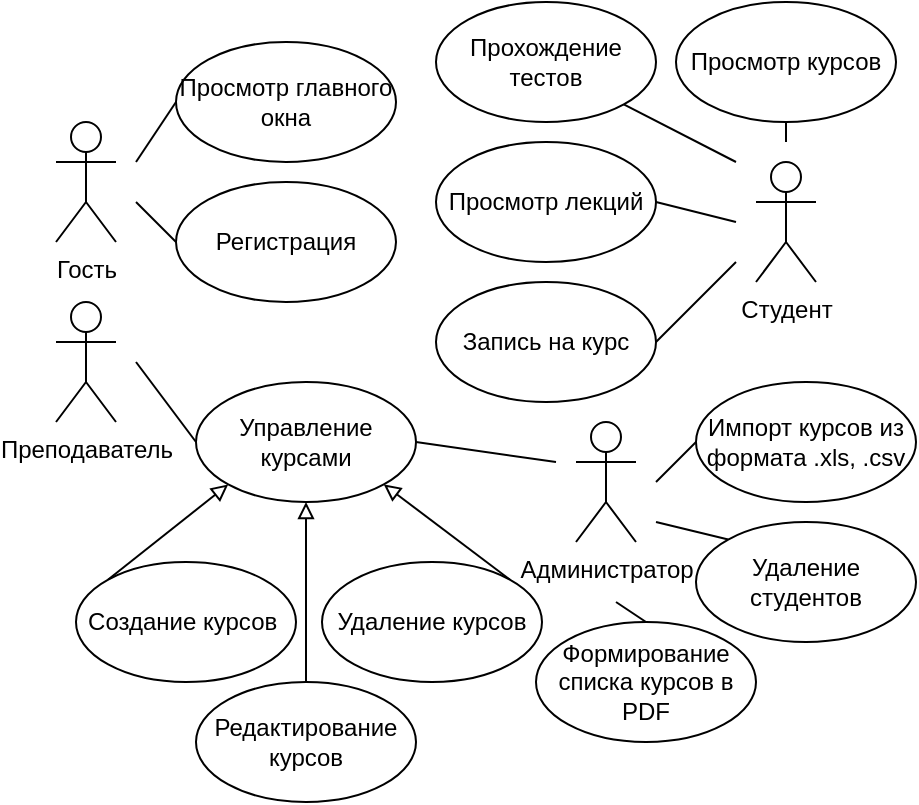
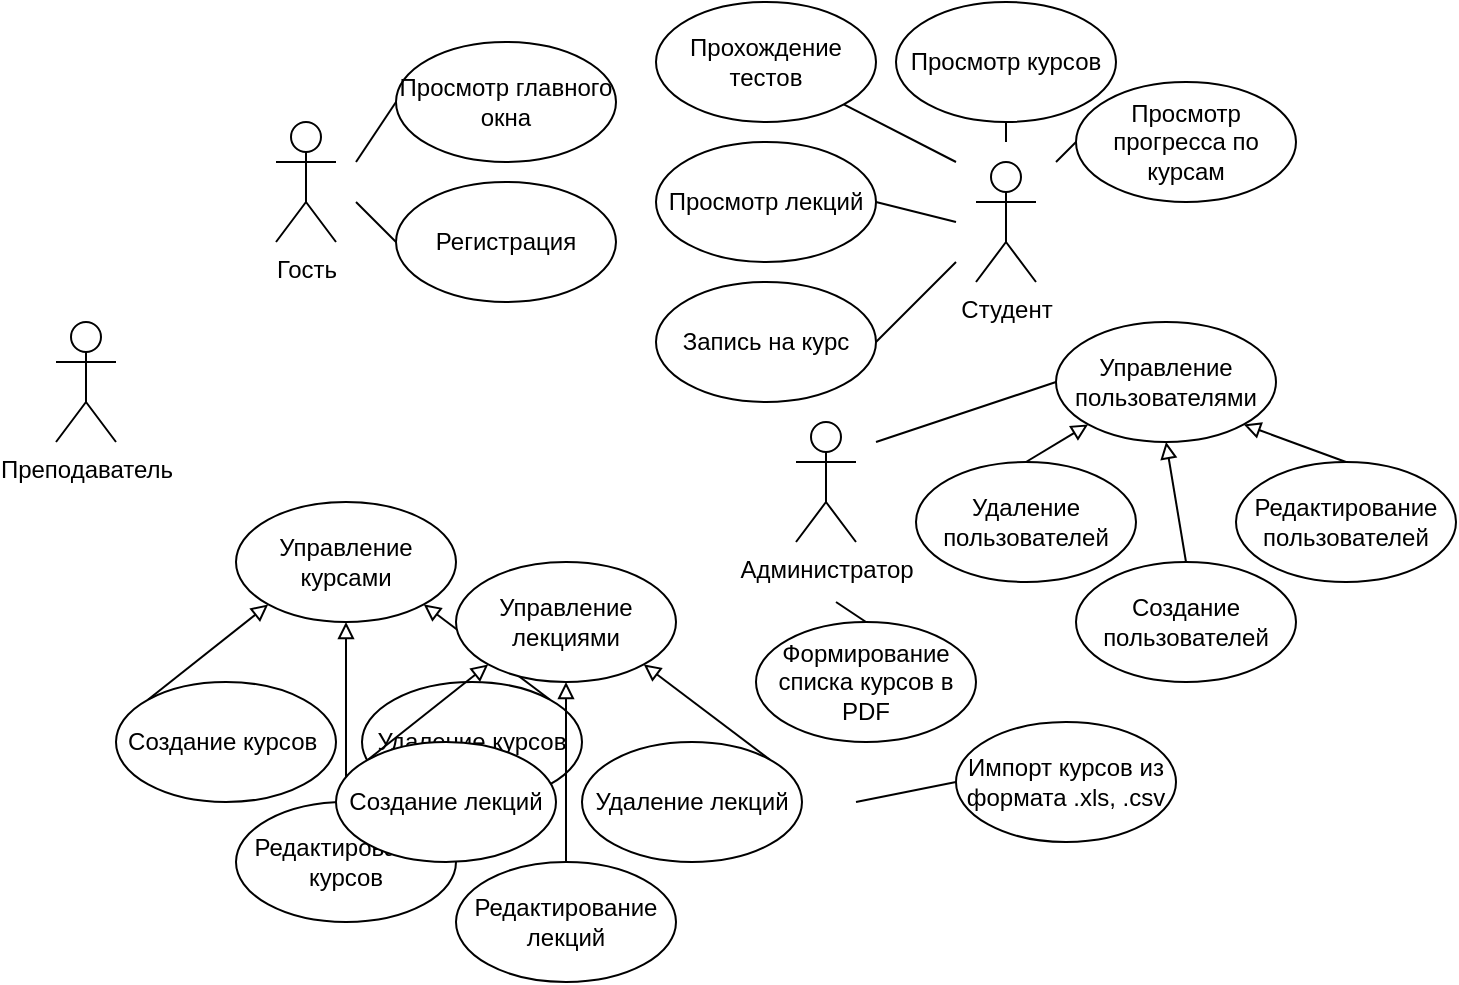
- <mxfile host="app.diagrams.net" agent="Mozilla/5.0 (Windows NT 10.0; Win64; x64) AppleWebKit/537.36 (KHTML, like Gecko) Chrome/142.0.0.0 Safari/537.36" version="29.2.3">
+ <mxfile host="app.diagrams.net" agent="Mozilla/5.0 (Windows NT 10.0; Win64; x64) AppleWebKit/537.36 (KHTML, like Gecko) Chrome/142.0.0.0 Safari/537.36">
  <diagram name="Страница-1" id="CoUU-UHpJt_7Crk8cFQQ">
-     <mxGraphModel dx="883" dy="388" grid="1" gridSize="10" guides="1" tooltips="1" connect="1" arrows="1" fold="1" page="1" pageScale="1" pageWidth="827" pageHeight="1169" math="0" shadow="0">
+     <mxGraphModel dx="1212" dy="661" grid="1" gridSize="10" guides="1" tooltips="1" connect="1" arrows="1" fold="1" page="1" pageScale="1" pageWidth="827" pageHeight="1169" math="0" shadow="0">
      <root>
        <mxCell id="0" />
        <mxCell id="1" parent="0" />
        <mxCell id="x_EgysH9LbsxhAt4f5Ry-1" parent="1" style="shape=umlActor;verticalLabelPosition=bottom;verticalAlign=top;html=1;outlineConnect=0;" value="Гость" vertex="1">
          <mxGeometry height="60" width="30" x="170" y="70" as="geometry" />
        </mxCell>
        <mxCell id="x_EgysH9LbsxhAt4f5Ry-2" parent="1" style="shape=umlActor;verticalLabelPosition=bottom;verticalAlign=top;html=1;outlineConnect=0;" value="Преподаватель" vertex="1">
-           <mxGeometry height="60" width="30" x="170" y="160" as="geometry" />
+           <mxGeometry height="60" width="30" x="60" y="170" as="geometry" />
        </mxCell>
        <mxCell id="x_EgysH9LbsxhAt4f5Ry-3" parent="1" style="shape=umlActor;verticalLabelPosition=bottom;verticalAlign=top;html=1;outlineConnect=0;" value="Администратор" vertex="1">
          <mxGeometry height="60" width="30" x="430" y="220" as="geometry" />
        </mxCell>
        <mxCell id="x_EgysH9LbsxhAt4f5Ry-4" parent="1" style="shape=umlActor;verticalLabelPosition=bottom;verticalAlign=top;html=1;outlineConnect=0;" value="Студент" vertex="1">
          <mxGeometry height="60" width="30" x="520" y="90" as="geometry" />
        </mxCell>
        <mxCell id="PInGNvTVJLxzV2qLPV_t-2" parent="1" style="ellipse;whiteSpace=wrap;html=1;" value="Регистрация" vertex="1">
          <mxGeometry height="60" width="110" x="230" y="100" as="geometry" />
        </mxCell>
        <mxCell id="PInGNvTVJLxzV2qLPV_t-3" parent="1" style="ellipse;whiteSpace=wrap;html=1;" value="Запись на курс" vertex="1">
          <mxGeometry height="60" width="110" x="360" y="150" as="geometry" />
        </mxCell>
        <mxCell id="PInGNvTVJLxzV2qLPV_t-4" parent="1" style="ellipse;whiteSpace=wrap;html=1;" value="Просмотр курсов" vertex="1">
          <mxGeometry height="60" width="110" x="480" y="10" as="geometry" />
        </mxCell>
        <mxCell id="PInGNvTVJLxzV2qLPV_t-5" parent="1" style="ellipse;whiteSpace=wrap;html=1;" value="Формирование списка курсов в PDF" vertex="1">
          <mxGeometry height="60" width="110" x="410" y="320" as="geometry" />
        </mxCell>
        <mxCell id="PInGNvTVJLxzV2qLPV_t-6" parent="1" style="ellipse;whiteSpace=wrap;html=1;" value="Управление курсами" vertex="1">
-           <mxGeometry height="60" width="110" x="240" y="200" as="geometry" />
+           <mxGeometry height="60" width="110" x="150" y="260" as="geometry" />
        </mxCell>
        <mxCell id="PInGNvTVJLxzV2qLPV_t-7" parent="1" style="ellipse;whiteSpace=wrap;html=1;" value="Удаление курсов" vertex="1">
-           <mxGeometry height="60" width="110" x="303" y="290" as="geometry" />
+           <mxGeometry height="60" width="110" x="213" y="350" as="geometry" />
        </mxCell>
        <mxCell id="PInGNvTVJLxzV2qLPV_t-8" parent="1" style="ellipse;whiteSpace=wrap;html=1;" value="Создание курсов&amp;nbsp;" vertex="1">
-           <mxGeometry height="60" width="110" x="180" y="290" as="geometry" />
+           <mxGeometry height="60" width="110" x="90" y="350" as="geometry" />
        </mxCell>
        <mxCell id="PInGNvTVJLxzV2qLPV_t-9" parent="1" style="ellipse;whiteSpace=wrap;html=1;" value="Импорт курсов из формата .xls, .csv" vertex="1">
-           <mxGeometry height="60" width="110" x="490" y="200" as="geometry" />
+           <mxGeometry height="60" width="110" x="510" y="370" as="geometry" />
        </mxCell>
-         <mxCell id="PInGNvTVJLxzV2qLPV_t-10" parent="1" style="ellipse;whiteSpace=wrap;html=1;" value="Удаление студентов" vertex="1">
-           <mxGeometry height="60" width="110" x="490" y="270" as="geometry" />
+         <mxCell id="PInGNvTVJLxzV2qLPV_t-10" parent="1" style="ellipse;whiteSpace=wrap;html=1;" value="Удаление пользователей" vertex="1">
+           <mxGeometry height="60" width="110" x="490" y="240" as="geometry" />
        </mxCell>
        <mxCell id="PInGNvTVJLxzV2qLPV_t-11" parent="1" style="ellipse;whiteSpace=wrap;html=1;" value="Просмотр лекций" vertex="1">
          <mxGeometry height="60" width="110" x="360" y="80" as="geometry" />
        </mxCell>
        <mxCell id="PInGNvTVJLxzV2qLPV_t-12" parent="1" style="ellipse;whiteSpace=wrap;html=1;" value="Прохождение тестов" vertex="1">
          <mxGeometry height="60" width="110" x="360" y="10" as="geometry" />
        </mxCell>
        <mxCell id="PInGNvTVJLxzV2qLPV_t-14" parent="1" style="ellipse;whiteSpace=wrap;html=1;" value="Просмотр главного окна" vertex="1">
          <mxGeometry height="60" width="110" x="230" y="30" as="geometry" />
        </mxCell>
        <mxCell id="PInGNvTVJLxzV2qLPV_t-15" edge="1" parent="1" style="endArrow=none;html=1;rounded=0;entryX=0;entryY=0.5;entryDx=0;entryDy=0;" target="PInGNvTVJLxzV2qLPV_t-14" value="">
          <mxGeometry height="50" relative="1" width="50" as="geometry">
            <mxPoint x="210" y="90" as="sourcePoint" />
            <mxPoint x="410" y="210" as="targetPoint" />
          </mxGeometry>
        </mxCell>
        <mxCell id="PInGNvTVJLxzV2qLPV_t-16" edge="1" parent="1" style="endArrow=none;html=1;rounded=0;entryX=0;entryY=0.5;entryDx=0;entryDy=0;" target="PInGNvTVJLxzV2qLPV_t-2" value="">
          <mxGeometry height="50" relative="1" width="50" as="geometry">
            <mxPoint x="210" y="110" as="sourcePoint" />
            <mxPoint x="410" y="210" as="targetPoint" />
          </mxGeometry>
        </mxCell>
        <mxCell id="PInGNvTVJLxzV2qLPV_t-23" edge="1" parent="1" source="PInGNvTVJLxzV2qLPV_t-5" style="endArrow=none;html=1;rounded=0;exitX=0.5;exitY=0;exitDx=0;exitDy=0;" value="">
          <mxGeometry height="50" relative="1" width="50" as="geometry">
            <mxPoint x="360" y="260" as="sourcePoint" />
            <mxPoint x="450" y="310" as="targetPoint" />
          </mxGeometry>
        </mxCell>
-         <mxCell id="PInGNvTVJLxzV2qLPV_t-24" edge="1" parent="1" source="PInGNvTVJLxzV2qLPV_t-10" style="endArrow=none;html=1;rounded=0;exitX=0;exitY=0;exitDx=0;exitDy=0;" value="">
-           <mxGeometry height="50" relative="1" width="50" as="geometry">
-             <mxPoint x="360" y="260" as="sourcePoint" />
-             <mxPoint x="470" y="270" as="targetPoint" />
-           </mxGeometry>
-         </mxCell>
        <mxCell id="PInGNvTVJLxzV2qLPV_t-25" edge="1" parent="1" style="endArrow=none;html=1;rounded=0;entryX=0;entryY=0.5;entryDx=0;entryDy=0;" target="PInGNvTVJLxzV2qLPV_t-9" value="">
          <mxGeometry height="50" relative="1" width="50" as="geometry">
-             <mxPoint x="470" y="250" as="sourcePoint" />
+             <mxPoint x="460" y="410" as="sourcePoint" />
            <mxPoint x="410" y="210" as="targetPoint" />
          </mxGeometry>
        </mxCell>
        <mxCell id="PInGNvTVJLxzV2qLPV_t-26" edge="1" parent="1" style="endArrow=none;html=1;rounded=0;entryX=1;entryY=0.5;entryDx=0;entryDy=0;" target="PInGNvTVJLxzV2qLPV_t-3" value="">
          <mxGeometry height="50" relative="1" width="50" as="geometry">
            <mxPoint x="510" y="140" as="sourcePoint" />
            <mxPoint x="390" y="240" as="targetPoint" />
          </mxGeometry>
        </mxCell>
        <mxCell id="PInGNvTVJLxzV2qLPV_t-27" edge="1" parent="1" style="endArrow=none;html=1;rounded=0;entryX=1;entryY=0.5;entryDx=0;entryDy=0;" target="PInGNvTVJLxzV2qLPV_t-11" value="">
          <mxGeometry height="50" relative="1" width="50" as="geometry">
            <mxPoint x="510" y="120" as="sourcePoint" />
            <mxPoint x="410" y="210" as="targetPoint" />
          </mxGeometry>
        </mxCell>
        <mxCell id="PInGNvTVJLxzV2qLPV_t-28" edge="1" parent="1" style="endArrow=none;html=1;rounded=0;entryX=1;entryY=1;entryDx=0;entryDy=0;" target="PInGNvTVJLxzV2qLPV_t-12" value="">
          <mxGeometry height="50" relative="1" width="50" as="geometry">
            <mxPoint x="510" y="90" as="sourcePoint" />
            <mxPoint x="410" y="210" as="targetPoint" />
          </mxGeometry>
        </mxCell>
        <mxCell id="PInGNvTVJLxzV2qLPV_t-29" edge="1" parent="1" style="endArrow=none;html=1;rounded=0;entryX=0.5;entryY=1;entryDx=0;entryDy=0;" target="PInGNvTVJLxzV2qLPV_t-4" value="">
          <mxGeometry height="50" relative="1" width="50" as="geometry">
            <mxPoint x="535" y="80" as="sourcePoint" />
            <mxPoint x="410" y="210" as="targetPoint" />
          </mxGeometry>
        </mxCell>
-         <mxCell id="PInGNvTVJLxzV2qLPV_t-30" edge="1" parent="1" style="endArrow=none;html=1;rounded=0;entryX=0;entryY=0.5;entryDx=0;entryDy=0;" target="PInGNvTVJLxzV2qLPV_t-6" value="">
-           <mxGeometry height="50" relative="1" width="50" as="geometry">
-             <mxPoint x="210" y="190" as="sourcePoint" />
-             <mxPoint x="450" y="190" as="targetPoint" />
-           </mxGeometry>
-         </mxCell>
-         <mxCell id="PInGNvTVJLxzV2qLPV_t-31" edge="1" parent="1" source="PInGNvTVJLxzV2qLPV_t-6" style="endArrow=none;html=1;rounded=0;exitX=1;exitY=0.5;exitDx=0;exitDy=0;" value="">
-           <mxGeometry height="50" relative="1" width="50" as="geometry">
-             <mxPoint x="400" y="240" as="sourcePoint" />
-             <mxPoint x="420" y="240" as="targetPoint" />
-           </mxGeometry>
-         </mxCell>
        <mxCell id="PInGNvTVJLxzV2qLPV_t-32" edge="1" parent="1" source="PInGNvTVJLxzV2qLPV_t-7" style="endArrow=block;html=1;rounded=0;endFill=0;exitX=1;exitY=0;exitDx=0;exitDy=0;entryX=1;entryY=1;entryDx=0;entryDy=0;" target="PInGNvTVJLxzV2qLPV_t-6" value="">
          <mxGeometry height="50" relative="1" width="50" as="geometry">
-             <mxPoint x="400" y="240" as="sourcePoint" />
-             <mxPoint x="380" y="270" as="targetPoint" />
+             <mxPoint x="310" y="300" as="sourcePoint" />
+             <mxPoint x="290" y="330" as="targetPoint" />
          </mxGeometry>
        </mxCell>
        <mxCell id="PInGNvTVJLxzV2qLPV_t-33" edge="1" parent="1" source="PInGNvTVJLxzV2qLPV_t-8" style="endArrow=block;html=1;rounded=0;endFill=0;exitX=0;exitY=0;exitDx=0;exitDy=0;entryX=0;entryY=1;entryDx=0;entryDy=0;" target="PInGNvTVJLxzV2qLPV_t-6" value="">
          <mxGeometry height="50" relative="1" width="50" as="geometry">
-             <mxPoint x="390" y="260" as="sourcePoint" />
-             <mxPoint x="180" y="270" as="targetPoint" />
+             <mxPoint x="300" y="320" as="sourcePoint" />
+             <mxPoint x="90" y="330" as="targetPoint" />
          </mxGeometry>
        </mxCell>
        <mxCell id="PInGNvTVJLxzV2qLPV_t-34" parent="1" style="ellipse;whiteSpace=wrap;html=1;" value="Редактирование курсов" vertex="1">
-           <mxGeometry height="60" width="110" x="240" y="350" as="geometry" />
+           <mxGeometry height="60" width="110" x="150" y="410" as="geometry" />
        </mxCell>
        <mxCell id="PInGNvTVJLxzV2qLPV_t-35" edge="1" parent="1" source="PInGNvTVJLxzV2qLPV_t-34" style="endArrow=block;html=1;rounded=0;endFill=0;exitX=0.5;exitY=0;exitDx=0;exitDy=0;entryX=0.5;entryY=1;entryDx=0;entryDy=0;" target="PInGNvTVJLxzV2qLPV_t-6" value="">
          <mxGeometry height="50" relative="1" width="50" as="geometry">
-             <mxPoint x="240" y="298" as="sourcePoint" />
-             <mxPoint x="300" y="250" as="targetPoint" />
+             <mxPoint x="150" y="358" as="sourcePoint" />
+             <mxPoint x="210" y="310" as="targetPoint" />
+           </mxGeometry>
+         </mxCell>
+         <mxCell id="poys0XGectUdJx0-0WXi-1" parent="1" style="ellipse;whiteSpace=wrap;html=1;" value="Просмотр прогресса по курсам" vertex="1">
+           <mxGeometry height="60" width="110" x="570" y="50" as="geometry" />
+         </mxCell>
+         <mxCell id="poys0XGectUdJx0-0WXi-2" edge="1" parent="1" style="endArrow=none;html=1;rounded=0;entryX=0;entryY=0.5;entryDx=0;entryDy=0;" target="poys0XGectUdJx0-0WXi-1" value="">
+           <mxGeometry height="50" relative="1" width="50" as="geometry">
+             <mxPoint x="560" y="90" as="sourcePoint" />
+             <mxPoint x="480" as="targetPoint" />
+           </mxGeometry>
+         </mxCell>
+         <mxCell id="poys0XGectUdJx0-0WXi-3" parent="1" style="ellipse;whiteSpace=wrap;html=1;" value="Управление пользователями" vertex="1">
+           <mxGeometry height="60" width="110" x="560" y="170" as="geometry" />
+         </mxCell>
+         <mxCell id="poys0XGectUdJx0-0WXi-4" parent="1" style="ellipse;whiteSpace=wrap;html=1;" value="Создание пользователей" vertex="1">
+           <mxGeometry height="60" width="110" x="570" y="290" as="geometry" />
+         </mxCell>
+         <mxCell id="poys0XGectUdJx0-0WXi-5" parent="1" style="ellipse;whiteSpace=wrap;html=1;" value="Редактирование&lt;div&gt;пользователей&lt;/div&gt;" vertex="1">
+           <mxGeometry height="60" width="110" x="650" y="240" as="geometry" />
+         </mxCell>
+         <mxCell id="poys0XGectUdJx0-0WXi-6" edge="1" parent="1" style="endArrow=none;html=1;rounded=0;entryX=0;entryY=0.5;entryDx=0;entryDy=0;" target="poys0XGectUdJx0-0WXi-3" value="">
+           <mxGeometry height="50" relative="1" width="50" as="geometry">
+             <mxPoint x="470" y="230" as="sourcePoint" />
+             <mxPoint x="530" y="400" as="targetPoint" />
+           </mxGeometry>
+         </mxCell>
+         <mxCell id="poys0XGectUdJx0-0WXi-7" edge="1" parent="1" source="PInGNvTVJLxzV2qLPV_t-10" style="endArrow=block;html=1;rounded=0;endFill=0;exitX=0.5;exitY=0;exitDx=0;exitDy=0;entryX=0;entryY=1;entryDx=0;entryDy=0;" target="poys0XGectUdJx0-0WXi-3" value="">
+           <mxGeometry height="50" relative="1" width="50" as="geometry">
+             <mxPoint x="413" y="318" as="sourcePoint" />
+             <mxPoint x="350" y="270" as="targetPoint" />
+           </mxGeometry>
+         </mxCell>
+         <mxCell id="poys0XGectUdJx0-0WXi-8" edge="1" parent="1" source="poys0XGectUdJx0-0WXi-5" style="endArrow=block;html=1;rounded=0;endFill=0;exitX=0.5;exitY=0;exitDx=0;exitDy=0;entryX=1;entryY=1;entryDx=0;entryDy=0;" target="poys0XGectUdJx0-0WXi-3" value="">
+           <mxGeometry height="50" relative="1" width="50" as="geometry">
+             <mxPoint x="623" y="318" as="sourcePoint" />
+             <mxPoint x="560" y="270" as="targetPoint" />
+           </mxGeometry>
+         </mxCell>
+         <mxCell id="poys0XGectUdJx0-0WXi-9" edge="1" parent="1" source="poys0XGectUdJx0-0WXi-4" style="endArrow=block;html=1;rounded=0;endFill=0;exitX=0.5;exitY=0;exitDx=0;exitDy=0;entryX=0.5;entryY=1;entryDx=0;entryDy=0;" target="poys0XGectUdJx0-0WXi-3" value="">
+           <mxGeometry height="50" relative="1" width="50" as="geometry">
+             <mxPoint x="633" y="348" as="sourcePoint" />
+             <mxPoint x="570" y="300" as="targetPoint" />
+           </mxGeometry>
+         </mxCell>
+         <mxCell id="poys0XGectUdJx0-0WXi-10" parent="1" style="ellipse;whiteSpace=wrap;html=1;" value="Управление лекциями" vertex="1">
+           <mxGeometry height="60" width="110" x="260" y="290" as="geometry" />
+         </mxCell>
+         <mxCell id="poys0XGectUdJx0-0WXi-11" parent="1" style="ellipse;whiteSpace=wrap;html=1;" value="Удаление лекций" vertex="1">
+           <mxGeometry height="60" width="110" x="323" y="380" as="geometry" />
+         </mxCell>
+         <mxCell id="poys0XGectUdJx0-0WXi-12" parent="1" style="ellipse;whiteSpace=wrap;html=1;" value="Создание лекций" vertex="1">
+           <mxGeometry height="60" width="110" x="200" y="380" as="geometry" />
+         </mxCell>
+         <mxCell id="poys0XGectUdJx0-0WXi-13" edge="1" parent="1" source="poys0XGectUdJx0-0WXi-11" style="endArrow=block;html=1;rounded=0;endFill=0;exitX=1;exitY=0;exitDx=0;exitDy=0;entryX=1;entryY=1;entryDx=0;entryDy=0;" target="poys0XGectUdJx0-0WXi-10" value="">
+           <mxGeometry height="50" relative="1" width="50" as="geometry">
+             <mxPoint x="420" y="330" as="sourcePoint" />
+             <mxPoint x="400" y="360" as="targetPoint" />
+           </mxGeometry>
+         </mxCell>
+         <mxCell id="poys0XGectUdJx0-0WXi-14" edge="1" parent="1" source="poys0XGectUdJx0-0WXi-12" style="endArrow=block;html=1;rounded=0;endFill=0;exitX=0;exitY=0;exitDx=0;exitDy=0;entryX=0;entryY=1;entryDx=0;entryDy=0;" target="poys0XGectUdJx0-0WXi-10" value="">
+           <mxGeometry height="50" relative="1" width="50" as="geometry">
+             <mxPoint x="410" y="350" as="sourcePoint" />
+             <mxPoint x="200" y="360" as="targetPoint" />
+           </mxGeometry>
+         </mxCell>
+         <mxCell id="poys0XGectUdJx0-0WXi-15" parent="1" style="ellipse;whiteSpace=wrap;html=1;" value="Редактирование лекций" vertex="1">
+           <mxGeometry height="60" width="110" x="260" y="440" as="geometry" />
+         </mxCell>
+         <mxCell id="poys0XGectUdJx0-0WXi-16" edge="1" parent="1" source="poys0XGectUdJx0-0WXi-15" style="endArrow=block;html=1;rounded=0;endFill=0;exitX=0.5;exitY=0;exitDx=0;exitDy=0;entryX=0.5;entryY=1;entryDx=0;entryDy=0;" target="poys0XGectUdJx0-0WXi-10" value="">
+           <mxGeometry height="50" relative="1" width="50" as="geometry">
+             <mxPoint x="260" y="388" as="sourcePoint" />
+             <mxPoint x="320" y="340" as="targetPoint" />
          </mxGeometry>
        </mxCell>
      </root>
    </mxGraphModel>
  </diagram>
</mxfile>
